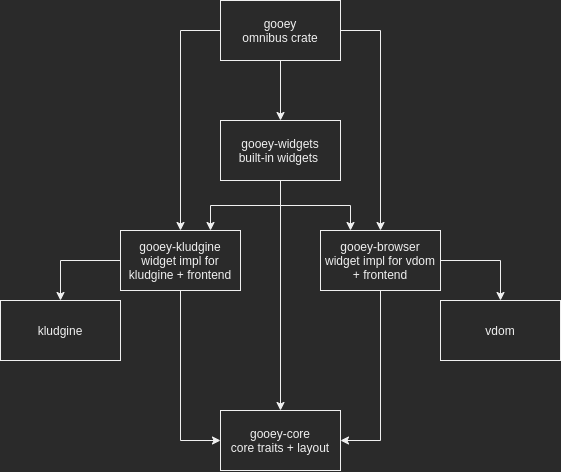
This is Gooey.png from khonsulabs/cushy, a draw.io export, as it was before one commit. Source tidied: cells renumbered, new cells last; positions are measured from the earlier drawing's top-left corner, leaving out a move shared by most shapes. Source of this version:
```xml
<mxGraphModel>
  <root>
    <mxCell id="0" />
    <mxCell id="1" parent="0" />
    <mxCell id="2" style="edgeStyle=orthogonalEdgeStyle;rounded=0;jettySize=auto;html=1;exitX=0.75;exitY=0;exitDx=0;exitDy=0;startArrow=classic;startFill=1;endArrow=none;endFill=0;" parent="1" edge="1" source="5" target="13">
      <mxGeometry relative="1" as="geometry" />
    </mxCell>
    <mxCell id="3" style="edgeStyle=orthogonalEdgeStyle;rounded=0;jettySize=auto;html=1;exitX=0.5;exitY=1;exitDx=0;exitDy=0;entryX=0;entryY=0.5;entryDx=0;entryDy=0;" parent="1" edge="1" source="5" target="14">
      <mxGeometry relative="1" as="geometry" />
    </mxCell>
    <mxCell id="4" style="edgeStyle=orthogonalEdgeStyle;rounded=0;jettySize=auto;html=1;exitX=0.5;exitY=0;exitDx=0;exitDy=0;entryX=0;entryY=0.5;entryDx=0;entryDy=0;startArrow=classic;startFill=1;endArrow=none;endFill=0;" parent="1" edge="1" source="5" target="6">
      <mxGeometry relative="1" as="geometry" />
    </mxCell>
    <mxCell id="5" value="gooey-kludgine&lt;br&gt;widget impl for kludgine + frontend" style="rounded=0;whiteSpace=wrap;html=1;" parent="1" vertex="1">
      <mxGeometry x="120" y="230" width="120" height="60" as="geometry" />
    </mxCell>
    <mxCell id="6" value="gooey&lt;br&gt;omnibus crate" style="rounded=0;whiteSpace=wrap;html=1;" parent="1" vertex="1">
      <mxGeometry x="220" width="120" height="60" as="geometry" />
    </mxCell>
    <mxCell id="7" style="edgeStyle=orthogonalEdgeStyle;rounded=0;jettySize=auto;html=1;entryX=0;entryY=0.5;entryDx=0;entryDy=0;startArrow=classic;startFill=1;endArrow=none;endFill=0;" parent="1" edge="1" source="8" target="5">
      <mxGeometry relative="1" as="geometry" />
    </mxCell>
    <mxCell id="8" value="kludgine" style="rounded=0;whiteSpace=wrap;html=1;" parent="1" vertex="1">
      <mxGeometry y="300" width="120" height="60" as="geometry" />
    </mxCell>
    <mxCell id="9" style="edgeStyle=orthogonalEdgeStyle;rounded=0;jettySize=auto;html=1;entryX=1;entryY=0.5;entryDx=0;entryDy=0;endArrow=none;endFill=0;startArrow=classic;startFill=1;" parent="1" edge="1" source="10" target="18">
      <mxGeometry relative="1" as="geometry" />
    </mxCell>
    <mxCell id="10" value="vdom" style="rounded=0;whiteSpace=wrap;html=1;" parent="1" vertex="1">
      <mxGeometry x="440" y="300" width="120" height="60" as="geometry" />
    </mxCell>
    <mxCell id="11" style="edgeStyle=orthogonalEdgeStyle;rounded=0;jettySize=auto;html=1;" parent="1" edge="1" source="13" target="14">
      <mxGeometry relative="1" as="geometry" />
    </mxCell>
    <mxCell id="12" style="edgeStyle=orthogonalEdgeStyle;rounded=0;jettySize=auto;html=1;entryX=0.5;entryY=1;entryDx=0;entryDy=0;startArrow=classic;startFill=1;endArrow=none;endFill=0;" parent="1" edge="1" source="13" target="6">
      <mxGeometry relative="1" as="geometry" />
    </mxCell>
    <mxCell id="13" value="gooey-widgets&lt;br&gt;built-in widgets&amp;nbsp;" style="rounded=0;whiteSpace=wrap;html=1;" parent="1" vertex="1">
      <mxGeometry x="220" y="120" width="120" height="60" as="geometry" />
    </mxCell>
    <mxCell id="14" value="gooey-core&lt;br&gt;core traits + layout" style="rounded=0;whiteSpace=wrap;html=1;" parent="1" vertex="1">
      <mxGeometry x="220" y="410" width="120" height="60" as="geometry" />
    </mxCell>
    <mxCell id="15" style="edgeStyle=orthogonalEdgeStyle;rounded=0;jettySize=auto;html=1;exitX=0.25;exitY=0;exitDx=0;exitDy=0;endArrow=none;endFill=0;startArrow=classic;startFill=1;" parent="1" edge="1" source="18" target="13">
      <mxGeometry relative="1" as="geometry" />
    </mxCell>
    <mxCell id="16" style="edgeStyle=orthogonalEdgeStyle;rounded=0;jettySize=auto;html=1;exitX=0.5;exitY=1;exitDx=0;exitDy=0;entryX=1;entryY=0.5;entryDx=0;entryDy=0;" parent="1" edge="1" source="18" target="14">
      <mxGeometry relative="1" as="geometry" />
    </mxCell>
    <mxCell id="17" style="edgeStyle=orthogonalEdgeStyle;rounded=0;jettySize=auto;html=1;exitX=0.5;exitY=0;exitDx=0;exitDy=0;entryX=1;entryY=0.5;entryDx=0;entryDy=0;endArrow=none;endFill=0;startArrow=classic;startFill=1;" parent="1" edge="1" source="18" target="6">
      <mxGeometry relative="1" as="geometry" />
    </mxCell>
    <mxCell id="18" value="gooey-browser&lt;br&gt;widget impl for vdom + frontend" style="rounded=0;whiteSpace=wrap;html=1;" parent="1" vertex="1">
      <mxGeometry x="320" y="230" width="120" height="60" as="geometry" />
    </mxCell>
  </root>
</mxGraphModel>
```
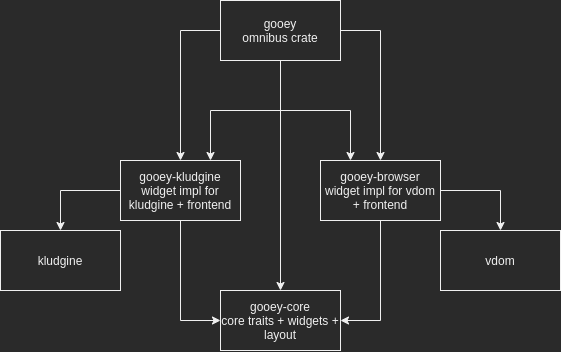
Later version of the same file.

Change to the diagram source:
```diff
@@ -2,7 +2,7 @@
   <root>
     <mxCell id="0" />
     <mxCell id="1" parent="0" />
-    <mxCell id="2" style="edgeStyle=orthogonalEdgeStyle;rounded=0;jettySize=auto;html=1;exitX=0.75;exitY=0;exitDx=0;exitDy=0;startArrow=classic;startFill=1;endArrow=none;endFill=0;" parent="1" edge="1" source="5" target="13">
+    <mxCell id="2" style="edgeStyle=orthogonalEdgeStyle;rounded=0;jettySize=auto;html=1;exitX=0.75;exitY=0;exitDx=0;exitDy=0;startArrow=classic;startFill=1;endArrow=none;endFill=0;entryX=0.5;entryY=1;entryDx=0;entryDy=0;" parent="1" edge="1" source="5" target="6">
       <mxGeometry relative="1" as="geometry" />
     </mxCell>
     <mxCell id="3" style="edgeStyle=orthogonalEdgeStyle;rounded=0;jettySize=auto;html=1;exitX=0.5;exitY=1;exitDx=0;exitDy=0;entryX=0;entryY=0.5;entryDx=0;entryDy=0;" parent="1" edge="1" source="5" target="14">
@@ -15,7 +15,7 @@
       <mxGeometry x="120" y="230" width="120" height="60" as="geometry" />
     </mxCell>
     <mxCell id="6" value="gooey&lt;br&gt;omnibus crate" style="rounded=0;whiteSpace=wrap;html=1;" parent="1" vertex="1">
-      <mxGeometry x="220" width="120" height="60" as="geometry" />
+      <mxGeometry x="220" y="70" width="120" height="60" as="geometry" />
     </mxCell>
     <mxCell id="7" style="edgeStyle=orthogonalEdgeStyle;rounded=0;jettySize=auto;html=1;entryX=0;entryY=0.5;entryDx=0;entryDy=0;startArrow=classic;startFill=1;endArrow=none;endFill=0;" parent="1" edge="1" source="8" target="5">
       <mxGeometry relative="1" as="geometry" />
@@ -29,19 +29,13 @@
     <mxCell id="10" value="vdom" style="rounded=0;whiteSpace=wrap;html=1;" parent="1" vertex="1">
       <mxGeometry x="440" y="300" width="120" height="60" as="geometry" />
     </mxCell>
-    <mxCell id="11" style="edgeStyle=orthogonalEdgeStyle;rounded=0;jettySize=auto;html=1;" parent="1" edge="1" source="13" target="14">
+    <mxCell id="11" style="edgeStyle=orthogonalEdgeStyle;rounded=0;jettySize=auto;html=1;exitX=0.5;exitY=1;exitDx=0;exitDy=0;" parent="1" edge="1" source="6" target="14">
       <mxGeometry relative="1" as="geometry" />
     </mxCell>
-    <mxCell id="12" style="edgeStyle=orthogonalEdgeStyle;rounded=0;jettySize=auto;html=1;entryX=0.5;entryY=1;entryDx=0;entryDy=0;startArrow=classic;startFill=1;endArrow=none;endFill=0;" parent="1" edge="1" source="13" target="6">
-      <mxGeometry relative="1" as="geometry" />
-    </mxCell>
-    <mxCell id="13" value="gooey-widgets&lt;br&gt;built-in widgets&amp;nbsp;" style="rounded=0;whiteSpace=wrap;html=1;" parent="1" vertex="1">
-      <mxGeometry x="220" y="120" width="120" height="60" as="geometry" />
-    </mxCell>
-    <mxCell id="14" value="gooey-core&lt;br&gt;core traits + layout" style="rounded=0;whiteSpace=wrap;html=1;" parent="1" vertex="1">
-      <mxGeometry x="220" y="410" width="120" height="60" as="geometry" />
+    <mxCell id="14" value="gooey-core&lt;br&gt;core traits + widgets + layout" style="rounded=0;whiteSpace=wrap;html=1;" parent="1" vertex="1">
+      <mxGeometry x="220" y="360" width="120" height="60" as="geometry" />
     </mxCell>
-    <mxCell id="15" style="edgeStyle=orthogonalEdgeStyle;rounded=0;jettySize=auto;html=1;exitX=0.25;exitY=0;exitDx=0;exitDy=0;endArrow=none;endFill=0;startArrow=classic;startFill=1;" parent="1" edge="1" source="18" target="13">
+    <mxCell id="15" style="edgeStyle=orthogonalEdgeStyle;rounded=0;jettySize=auto;html=1;exitX=0.25;exitY=0;exitDx=0;exitDy=0;endArrow=none;endFill=0;startArrow=classic;startFill=1;entryX=0.5;entryY=1;entryDx=0;entryDy=0;" parent="1" edge="1" source="18" target="6">
       <mxGeometry relative="1" as="geometry" />
     </mxCell>
     <mxCell id="16" style="edgeStyle=orthogonalEdgeStyle;rounded=0;jettySize=auto;html=1;exitX=0.5;exitY=1;exitDx=0;exitDy=0;entryX=1;entryY=0.5;entryDx=0;entryDy=0;" parent="1" edge="1" source="18" target="14">
```
